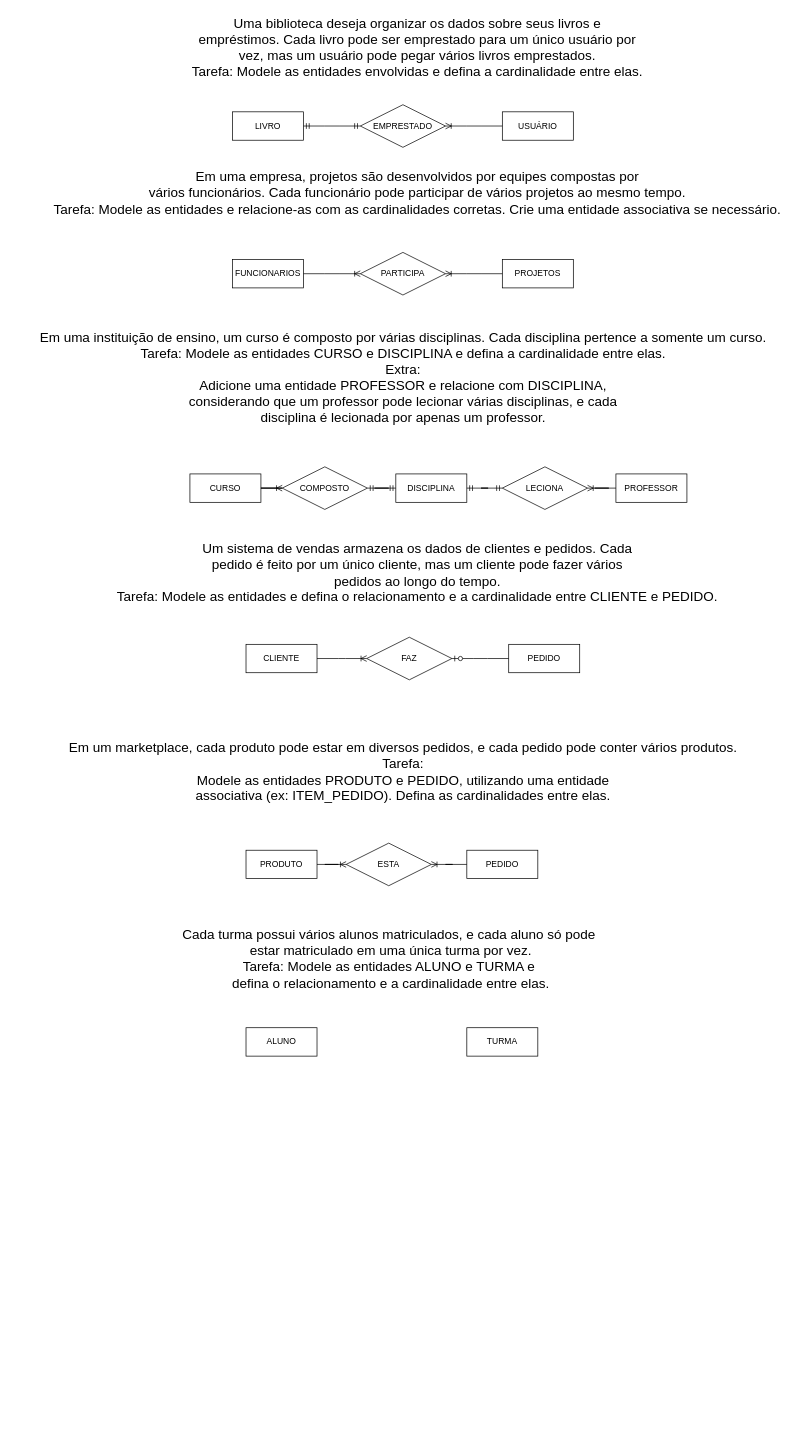
Above: DRAW.IO/Cardinalidade-2.drawio in Henrique-nte/SENAI_ISSUES (draw.io), before the change. Source tidied: cells renumbered, new cells numbered last; positions are measured from the earlier drawing's top-left corner, leaving out a move shared by most shapes. Both pictures are drawn from the tidied source at 71%, with x=0, y=0 at pixel (30, 12).
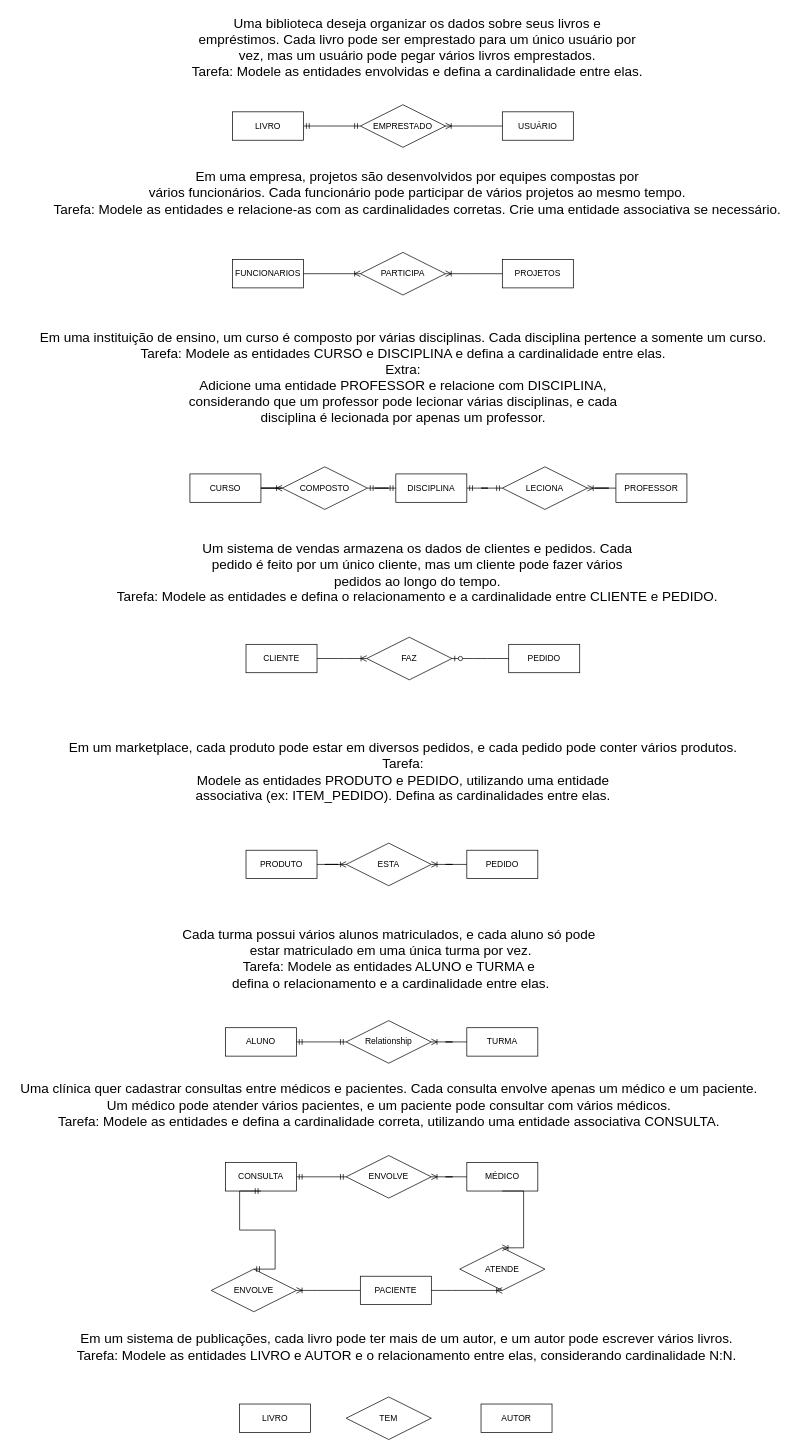
After the change.

Unchanged cells that the change refers to:
```xml
<mxCell id="38" value="TURMA" style="whiteSpace=wrap;html=1;align=center;strokeColor=default;verticalAlign=middle;fontFamily=Helvetica;fontSize=12;fontColor=default;fillColor=default;" parent="1" vertex="1">
  <mxGeometry x="615" y="1430" width="100" height="40" as="geometry" />
</mxCell>
```

Change to the diagram source:
```diff
@@
     <mxCell id="37" value="ALUNO" style="whiteSpace=wrap;html=1;align=center;strokeColor=default;verticalAlign=middle;fontFamily=Helvetica;fontSize=12;fontColor=default;fillColor=default;" parent="1" vertex="1">
-      <mxGeometry x="304" y="1430" width="100" height="40" as="geometry" />
+      <mxGeometry x="275" y="1430" width="100" height="40" as="geometry" />
     </mxCell>
@@
+    <mxCell id="39" value="Relationship" style="shape=rhombus;perimeter=rhombusPerimeter;whiteSpace=wrap;html=1;align=center;strokeColor=default;verticalAlign=middle;fontFamily=Helvetica;fontSize=12;fontColor=default;fillColor=default;" parent="1" vertex="1">
+      <mxGeometry x="445" y="1420" width="120" height="60" as="geometry" />
+    </mxCell>
+    <mxCell id="40" style="edgeStyle=entityRelationEdgeStyle;fontSize=12;html=1;endArrow=ERoneToMany;rounded=0;fontFamily=Helvetica;fontColor=default;exitX=0;exitY=0.5;exitDx=0;exitDy=0;entryX=1;entryY=0.5;entryDx=0;entryDy=0;" parent="1" edge="1" source="38" target="39">
+      <mxGeometry relative="1" as="geometry" />
+    </mxCell>
+    <mxCell id="41" style="edgeStyle=entityRelationEdgeStyle;fontSize=12;html=1;endArrow=ERmandOne;startArrow=ERmandOne;rounded=0;fontFamily=Helvetica;fontColor=default;exitX=1;exitY=0.5;exitDx=0;exitDy=0;entryX=0;entryY=0.5;entryDx=0;entryDy=0;" parent="1" edge="1" source="37" target="39">
+      <mxGeometry relative="1" as="geometry" />
+    </mxCell>
+    <mxCell id="42" value="&lt;font style=&quot;font-size: 19px;&quot;&gt;Uma clínica quer cadastrar consultas entre médicos e pacientes. Cada consulta envolve apenas um médico e um paciente.&lt;br&gt;Um médico pode atender vários pacientes, e um paciente pode consultar com vários médicos.&lt;br&gt;Tarefa: Modele as entidades e defina a cardinalidade correta, utilizando uma entidade associativa CONSULTA.&lt;/font&gt;" style="text;html=1;align=center;verticalAlign=middle;strokeColor=none;fillColor=none;fontFamily=Helvetica;fontSize=12;fontColor=default;" parent="1" vertex="1">
+      <mxGeometry x="-25" y="1500" width="1060" height="80" as="geometry" />
+    </mxCell>
+    <mxCell id="43" value="CONSULTA" style="whiteSpace=wrap;html=1;align=center;strokeColor=default;verticalAlign=middle;fontFamily=Helvetica;fontSize=12;fontColor=default;fillColor=default;" parent="1" vertex="1">
+      <mxGeometry x="275" y="1620" width="100" height="40" as="geometry" />
+    </mxCell>
+    <mxCell id="44" value="MÉDICO" style="whiteSpace=wrap;html=1;align=center;strokeColor=default;verticalAlign=middle;fontFamily=Helvetica;fontSize=12;fontColor=default;fillColor=default;" parent="1" vertex="1">
+      <mxGeometry x="615" y="1620" width="100" height="40" as="geometry" />
+    </mxCell>
+    <mxCell id="45" value="ENVOLVE" style="shape=rhombus;perimeter=rhombusPerimeter;whiteSpace=wrap;html=1;align=center;strokeColor=default;verticalAlign=middle;fontFamily=Helvetica;fontSize=12;fontColor=default;fillColor=default;" parent="1" vertex="1">
+      <mxGeometry x="445" y="1610" width="120" height="60" as="geometry" />
+    </mxCell>
+    <mxCell id="46" value="PACIENTE" style="whiteSpace=wrap;html=1;align=center;strokeColor=default;verticalAlign=middle;fontFamily=Helvetica;fontSize=12;fontColor=default;fillColor=default;" parent="1" vertex="1">
+      <mxGeometry x="465" y="1780" width="100" height="40" as="geometry" />
+    </mxCell>
+    <mxCell id="47" style="edgeStyle=entityRelationEdgeStyle;fontSize=12;html=1;endArrow=ERmandOne;startArrow=ERmandOne;rounded=0;fontFamily=Helvetica;fontColor=default;exitX=1;exitY=0.5;exitDx=0;exitDy=0;entryX=0;entryY=0.5;entryDx=0;entryDy=0;" parent="1" edge="1" source="43" target="45">
+      <mxGeometry relative="1" as="geometry" />
+    </mxCell>
+    <mxCell id="48" value="ENVOLVE" style="shape=rhombus;perimeter=rhombusPerimeter;whiteSpace=wrap;html=1;align=center;strokeColor=default;verticalAlign=middle;fontFamily=Helvetica;fontSize=12;fontColor=default;fillColor=default;" parent="1" vertex="1">
+      <mxGeometry x="255" y="1770" width="120" height="60" as="geometry" />
+    </mxCell>
+    <mxCell id="49" style="edgeStyle=entityRelationEdgeStyle;fontSize=12;html=1;endArrow=ERmandOne;startArrow=ERmandOne;rounded=0;fontFamily=Helvetica;fontColor=default;entryX=0.5;entryY=1;entryDx=0;entryDy=0;exitX=0.5;exitY=0;exitDx=0;exitDy=0;" parent="1" edge="1" source="48" target="43">
+      <mxGeometry relative="1" as="geometry" />
+    </mxCell>
+    <mxCell id="50" value="ATENDE" style="shape=rhombus;perimeter=rhombusPerimeter;whiteSpace=wrap;html=1;align=center;strokeColor=default;verticalAlign=middle;fontFamily=Helvetica;fontSize=12;fontColor=default;fillColor=default;" parent="1" vertex="1">
+      <mxGeometry x="605" y="1740" width="120" height="60" as="geometry" />
+    </mxCell>
+    <mxCell id="51" style="edgeStyle=entityRelationEdgeStyle;fontSize=12;html=1;endArrow=ERoneToMany;rounded=0;fontFamily=Helvetica;fontColor=default;exitX=0.5;exitY=1;exitDx=0;exitDy=0;entryX=0.5;entryY=0;entryDx=0;entryDy=0;" parent="1" edge="1" source="44" target="50">
+      <mxGeometry relative="1" as="geometry" />
+    </mxCell>
+    <mxCell id="52" style="edgeStyle=entityRelationEdgeStyle;fontSize=12;html=1;endArrow=ERoneToMany;rounded=0;fontFamily=Helvetica;fontColor=default;exitX=1;exitY=0.5;exitDx=0;exitDy=0;entryX=0.5;entryY=1;entryDx=0;entryDy=0;" parent="1" edge="1" source="46" target="50">
+      <mxGeometry relative="1" as="geometry" />
+    </mxCell>
+    <mxCell id="53" style="edgeStyle=entityRelationEdgeStyle;fontSize=12;html=1;endArrow=ERoneToMany;rounded=0;fontFamily=Helvetica;fontColor=default;exitX=0;exitY=0.5;exitDx=0;exitDy=0;entryX=1;entryY=0.5;entryDx=0;entryDy=0;" parent="1" edge="1" source="46" target="48">
+      <mxGeometry relative="1" as="geometry" />
+    </mxCell>
+    <mxCell id="54" style="edgeStyle=entityRelationEdgeStyle;fontSize=12;html=1;endArrow=ERoneToMany;rounded=0;fontFamily=Helvetica;fontColor=default;exitX=0;exitY=0.5;exitDx=0;exitDy=0;entryX=1;entryY=0.5;entryDx=0;entryDy=0;" parent="1" edge="1" source="44" target="45">
+      <mxGeometry relative="1" as="geometry" />
+    </mxCell>
+    <mxCell id="55" value="&lt;font style=&quot;font-size: 19px;&quot;&gt;Em um sistema de publicações, cada livro pode ter mais de um autor, e um autor pode escrever vários livros.&lt;br&gt;Tarefa: Modele as entidades LIVRO e AUTOR e o relacionamento entre elas, considerando cardinalidade N:N.&lt;/font&gt;" style="text;html=1;align=center;verticalAlign=middle;strokeColor=none;fillColor=none;fontFamily=Helvetica;fontSize=12;fontColor=default;" parent="1" vertex="1">
+      <mxGeometry x="55" y="1850" width="950" height="60" as="geometry" />
+    </mxCell>
+    <mxCell id="56" value="LIVRO" style="whiteSpace=wrap;html=1;align=center;strokeColor=default;verticalAlign=middle;fontFamily=Helvetica;fontSize=12;fontColor=default;fillColor=default;" parent="1" vertex="1">
+      <mxGeometry x="295" y="1960" width="100" height="40" as="geometry" />
+    </mxCell>
+    <mxCell id="57" value="AUTOR" style="whiteSpace=wrap;html=1;align=center;strokeColor=default;verticalAlign=middle;fontFamily=Helvetica;fontSize=12;fontColor=default;fillColor=default;" parent="1" vertex="1">
+      <mxGeometry x="635" y="1960" width="100" height="40" as="geometry" />
+    </mxCell>
+    <mxCell id="58" value="TEM" style="shape=rhombus;perimeter=rhombusPerimeter;whiteSpace=wrap;html=1;align=center;strokeColor=default;verticalAlign=middle;fontFamily=Helvetica;fontSize=12;fontColor=default;fillColor=default;" parent="1" vertex="1">
+      <mxGeometry x="445" y="1950" width="120" height="60" as="geometry" />
+    </mxCell>
```
